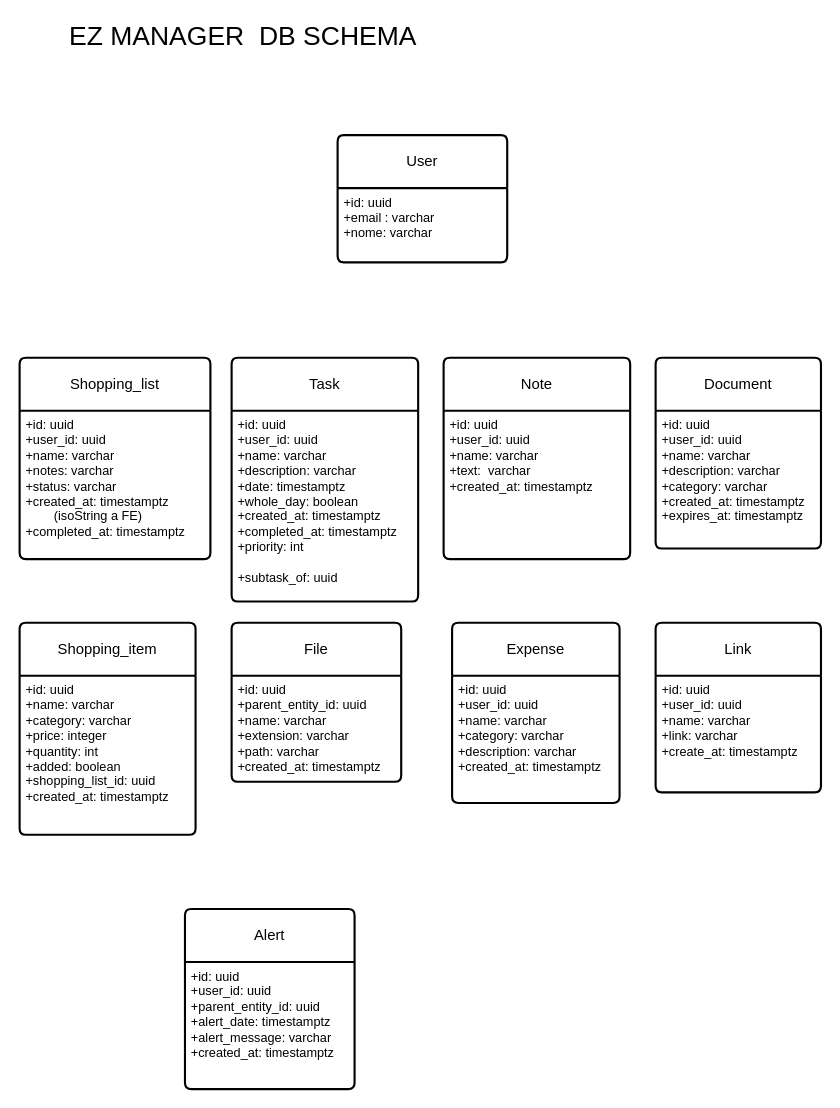
Above: documentazione/database/db-schema/ez-manager-db-schema.drawio in marcogiacconedev/ez-manager (draw.io), before the change. Source tidied: cells renumbered, new cells numbered last; positions are measured from the earlier drawing's top-left corner, leaving out a move shared by most shapes. Both pictures are drawn from the tidied source at 106%, with x=0, y=0 at pixel (19, 18).
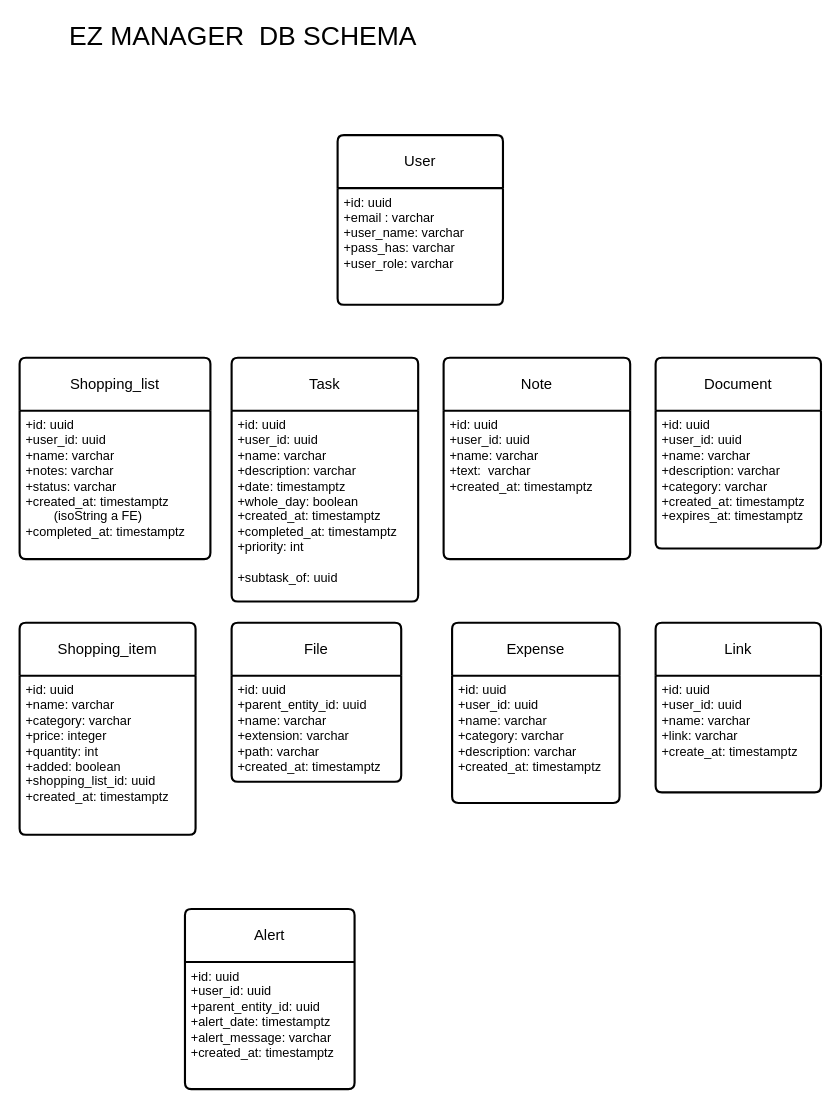
After the change.

The edit, as a diff of the source:
```diff
@@
     <mxCell id="2" value="User" style="swimlane;horizontal=1;startSize=50;rounded=1;fontSize=14;fontStyle=0;strokeWidth=2;shadow=0;dashed=0;align=center;arcSize=4;whiteSpace=wrap;html=1;" parent="1" vertex="1">
-      <mxGeometry x="300" y="110" width="160" height="120" as="geometry" />
+      <mxGeometry x="300" y="110" width="156" height="160" as="geometry" />
     </mxCell>
-    <mxCell id="3" value="&lt;div&gt;+id: uuid&lt;/div&gt;+email : varchar&lt;br&gt;+nome: varchar&lt;div&gt;&lt;br/&gt;&lt;/div&gt;" style="align=left;strokeColor=none;fillColor=none;spacingLeft=4;spacingRight=4;fontSize=12;verticalAlign=top;html=1;whiteSpace=wrap;" parent="2" vertex="1">
-      <mxGeometry y="50" width="160" height="70" as="geometry" />
+    <mxCell id="3" value="&lt;div&gt;+id: uuid&lt;/div&gt;+email : varchar&lt;br&gt;+user_name: varchar&lt;div&gt;+pass_has: varchar&lt;/div&gt;&lt;div&gt;+user_role: varchar&lt;br&gt;&lt;div&gt;&lt;br&gt;&lt;/div&gt;&lt;/div&gt;" style="align=left;strokeColor=none;fillColor=none;spacingLeft=4;spacingRight=4;fontSize=12;verticalAlign=top;html=1;whiteSpace=wrap;" parent="2" vertex="1">
+      <mxGeometry y="50" width="156" height="110" as="geometry" />
     </mxCell>
```
